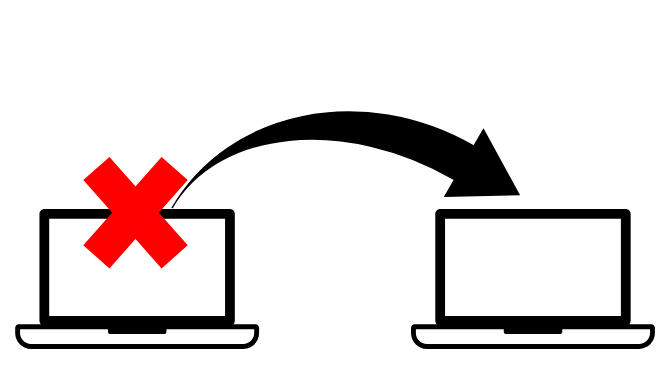
Before: Docs/Failover.drawio.svg, a diagram exported from draw.io (PKaelin/paskalon.ppc). Source tidied: cells renumbered, new cells last; positions are measured from the earlier drawing's top-left corner, leaving out a move shared by most shapes. Its diagram source:
```xml
<mxGraphModel>
  <root>
    <mxCell id="0" />
    <mxCell id="1" parent="0" />
    <mxCell id="2" style="shape=mxgraph.networks2.icon;fillColor=none;strokeColor=#000000;gradientColor=#5B6163;network2IconShadow=1;network2bgFillColor=none;labelPosition=center;verticalLabelPosition=bottom;align=center;verticalAlign=top;network2Icon=mxgraph.networks2.laptop;network2IconW=1;network2IconH=0.5734;labelPerimeter=1;strokeWidth=1;" parent="1" vertex="1">
      <mxGeometry y="97" width="174.4" height="100" as="geometry" />
    </mxCell>
    <mxCell id="3" style="shape=mxgraph.networks2.icon;fillColor=none;strokeColor=#000000;gradientColor=#5B6163;network2IconShadow=1;network2bgFillColor=none;labelPosition=center;verticalLabelPosition=bottom;align=center;verticalAlign=top;network2Icon=mxgraph.networks2.laptop;network2IconW=1;network2IconH=0.5734;labelPerimeter=1;" parent="1" vertex="1">
      <mxGeometry x="283" y="97" width="174.4" height="100" as="geometry" />
    </mxCell>
    <mxCell id="4" style="html=1;shadow=0;dashed=0;align=center;verticalAlign=middle;shape=mxgraph.arrows2.jumpInArrow;dy=13.77;dx=45.19;arrowHead=55;rotation=30;fillColor=#000000;" parent="1" vertex="1">
      <mxGeometry x="138" y="-0.5" width="210" height="160" as="geometry" />
    </mxCell>
    <mxCell id="5" style="shape=umlDestroy;html=1;fillColor=none;strokeWidth=25;strokeColor=#FF0000;" parent="1" vertex="1">
      <mxGeometry x="58" y="68" width="56" height="63.1" as="geometry" />
    </mxCell>
  </root>
</mxGraphModel>
```
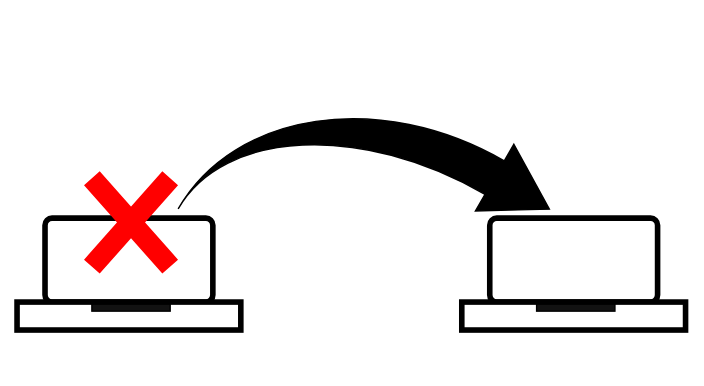
Later version of the same file.

Change to the diagram source:
```diff
@@ -2,17 +2,35 @@
   <root>
     <mxCell id="0" />
     <mxCell id="1" parent="0" />
-    <mxCell id="2" style="shape=mxgraph.networks2.icon;fillColor=none;strokeColor=#000000;gradientColor=#5B6163;network2IconShadow=1;network2bgFillColor=none;labelPosition=center;verticalLabelPosition=bottom;align=center;verticalAlign=top;network2Icon=mxgraph.networks2.laptop;network2IconW=1;network2IconH=0.5734;labelPerimeter=1;strokeWidth=1;" parent="1" vertex="1">
-      <mxGeometry y="97" width="174.4" height="100" as="geometry" />
-    </mxCell>
-    <mxCell id="3" style="shape=mxgraph.networks2.icon;fillColor=none;strokeColor=#000000;gradientColor=#5B6163;network2IconShadow=1;network2bgFillColor=none;labelPosition=center;verticalLabelPosition=bottom;align=center;verticalAlign=top;network2Icon=mxgraph.networks2.laptop;network2IconW=1;network2IconH=0.5734;labelPerimeter=1;" parent="1" vertex="1">
-      <mxGeometry x="283" y="97" width="174.4" height="100" as="geometry" />
-    </mxCell>
+    <mxCell id="6" style="group;" parent="1" vertex="1">
+      <mxGeometry x="-1.3" y="98.4" width="160" height="80" as="geometry" />
+    </mxCell>
+    <mxCell id="7" style="html=1;align=center;verticalAlign=top;rounded=1;absoluteArcSize=1;arcSize=10;dashed=0;whiteSpace=wrap;strokeWidth=4;" parent="6" vertex="1">
+      <mxGeometry x="20" width="120" height="60" as="geometry" />
+    </mxCell>
+    <mxCell id="8" style="rounded=0;whiteSpace=wrap;html=1;strokeWidth=4;" parent="6" vertex="1">
+      <mxGeometry y="60" width="160" height="20" as="geometry" />
+    </mxCell>
+    <mxCell id="9" style="rounded=0;whiteSpace=wrap;html=1;fillColor=light-dark(#121212,#FFFFFF);" parent="6" vertex="1">
+      <mxGeometry x="53" y="61" width="56" height="5" as="geometry" />
+    </mxCell>
+    <mxCell id="5" style="shape=umlDestroy;html=1;fillColor=none;strokeWidth=15;strokeColor=#FF0000;" parent="6" vertex="1">
+      <mxGeometry x="53" y="-29" width="56" height="63.1" as="geometry" />
+    </mxCell>
+    <mxCell id="10" style="group;" parent="1" vertex="1">
+      <mxGeometry x="316.7" y="98.4" width="160" height="80" as="geometry" />
+    </mxCell>
+    <mxCell id="11" style="html=1;align=center;verticalAlign=top;rounded=1;absoluteArcSize=1;arcSize=10;dashed=0;whiteSpace=wrap;strokeWidth=4;" parent="10" vertex="1">
+      <mxGeometry x="20" width="120" height="60" as="geometry" />
+    </mxCell>
+    <mxCell id="12" style="rounded=0;whiteSpace=wrap;html=1;strokeWidth=4;" parent="10" vertex="1">
+      <mxGeometry y="60" width="160" height="20" as="geometry" />
+    </mxCell>
+    <mxCell id="13" style="rounded=0;whiteSpace=wrap;html=1;fillColor=light-dark(#121212,#FFFFFF);" parent="10" vertex="1">
+      <mxGeometry x="53" y="61" width="56" height="5" as="geometry" />
+    </mxCell>
     <mxCell id="4" style="html=1;shadow=0;dashed=0;align=center;verticalAlign=middle;shape=mxgraph.arrows2.jumpInArrow;dy=13.77;dx=45.19;arrowHead=55;rotation=30;fillColor=#000000;" parent="1" vertex="1">
-      <mxGeometry x="138" y="-0.5" width="210" height="160" as="geometry" />
+      <mxGeometry x="138" y="-0.5" width="230" height="160" as="geometry" />
     </mxCell>
-    <mxCell id="5" style="shape=umlDestroy;html=1;fillColor=none;strokeWidth=25;strokeColor=#FF0000;" parent="1" vertex="1">
-      <mxGeometry x="58" y="68" width="56" height="63.1" as="geometry" />
-    </mxCell>
   </root>
 </mxGraphModel>
```
